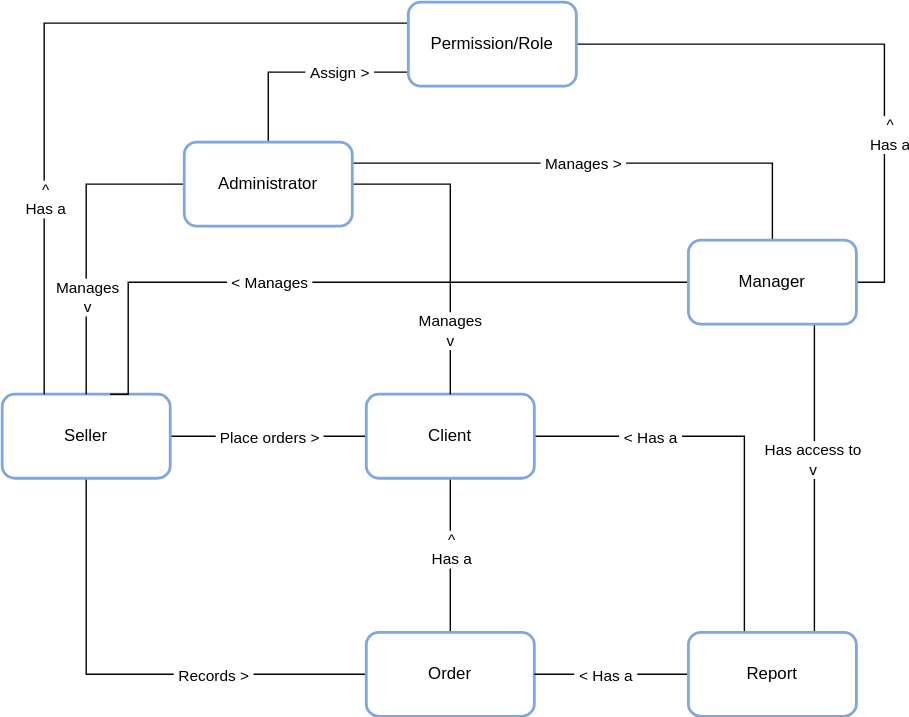
Before: docs/conceptual_map.svg, a diagram exported from draw.io (renatabrasil/ninja-fabric-sail). Source tidied: cells renumbered, new cells last; positions are measured from the earlier drawing's top-left corner, leaving out a move shared by most shapes.
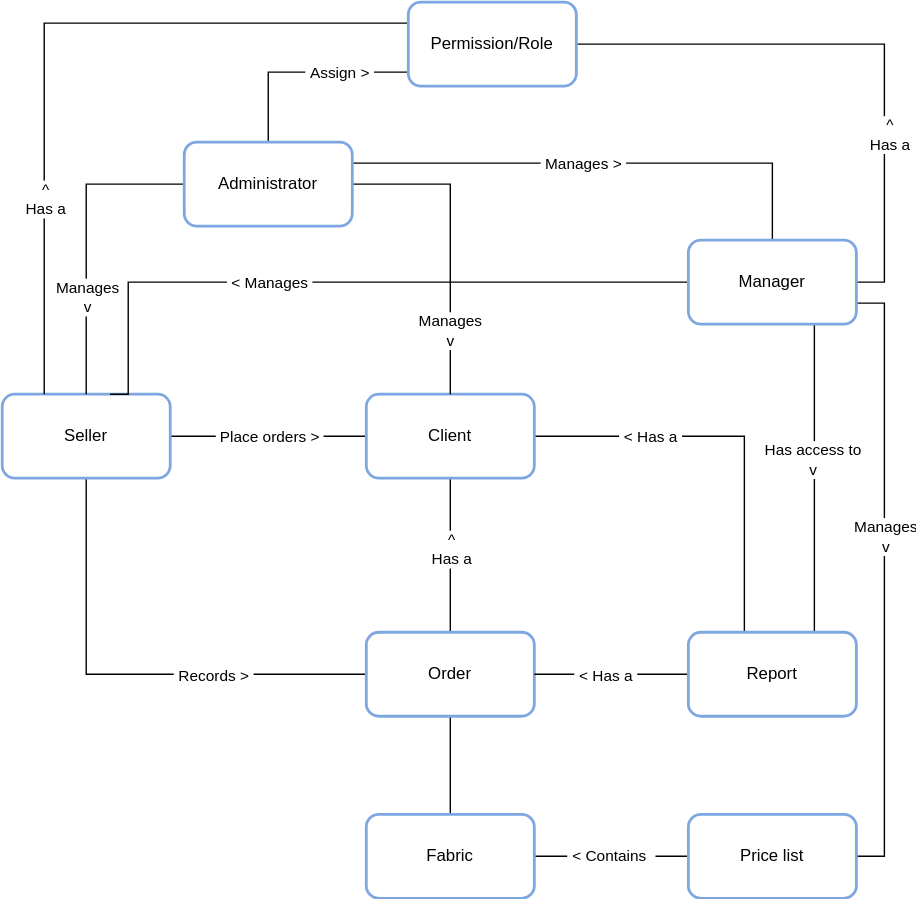
Later version of the same file.

Change to the diagram source:
```diff
@@ -86,6 +86,9 @@
     <mxCell id="20" value="Administrator" style="rounded=1;whiteSpace=wrap;html=1;strokeWidth=2;strokeColor=#7EA6E0;" parent="1" vertex="1">
       <mxGeometry x="130" y="100" width="120" height="60" as="geometry" />
     </mxCell>
+    <mxCell id="35" style="edgeStyle=orthogonalEdgeStyle;rounded=0;jettySize=auto;html=1;exitX=0.5;exitY=1;exitDx=0;exitDy=0;entryX=0.5;entryY=0;entryDx=0;entryDy=0;endArrow=none;endFill=0;" parent="1" edge="1" source="21" target="39">
+      <mxGeometry relative="1" as="geometry" />
+    </mxCell>
     <mxCell id="21" value="Order" style="rounded=1;whiteSpace=wrap;html=1;strokeWidth=2;strokeColor=#7EA6E0;" parent="1" vertex="1">
       <mxGeometry x="260" y="450" width="120" height="60" as="geometry" />
     </mxCell>
@@ -115,6 +118,12 @@
     <mxCell id="27" value="^&lt;br&gt;Has a" style="edgeLabel;html=1;align=center;verticalAlign=middle;" parent="26" vertex="1">
       <mxGeometry x="-0.39" y="-3" relative="1" as="geometry" />
     </mxCell>
+    <mxCell id="36" style="edgeStyle=orthogonalEdgeStyle;rounded=0;jettySize=auto;html=1;exitX=1;exitY=0.75;exitDx=0;exitDy=0;entryX=1;entryY=0.5;entryDx=0;entryDy=0;endArrow=none;endFill=0;" parent="1" edge="1" source="28" target="40">
+      <mxGeometry relative="1" as="geometry" />
+    </mxCell>
+    <mxCell id="37" value="Manages&lt;br&gt;v" style="edgeLabel;html=1;align=center;verticalAlign=middle;" parent="36" vertex="1">
+      <mxGeometry x="-0.15" relative="1" as="geometry" />
+    </mxCell>
     <mxCell id="28" value="Manager" style="rounded=1;whiteSpace=wrap;html=1;strokeWidth=2;strokeColor=#7EA6E0;" parent="1" vertex="1">
       <mxGeometry x="490" y="170" width="120" height="60" as="geometry" />
     </mxCell>
@@ -140,5 +149,14 @@
     <mxCell id="34" value="Report" style="rounded=1;whiteSpace=wrap;html=1;strokeWidth=2;strokeColor=#7EA6E0;" parent="1" vertex="1">
       <mxGeometry x="490" y="450" width="120" height="60" as="geometry" />
     </mxCell>
+    <mxCell id="38" value="&amp;nbsp;&amp;lt; Contains&amp;nbsp;&amp;nbsp;" style="edgeStyle=orthogonalEdgeStyle;rounded=0;jettySize=auto;html=1;exitX=1;exitY=0.5;exitDx=0;exitDy=0;endArrow=none;endFill=0;" parent="1" edge="1" source="39" target="40">
+      <mxGeometry relative="1" as="geometry" />
+    </mxCell>
+    <mxCell id="39" value="Fabric" style="rounded=1;whiteSpace=wrap;html=1;strokeWidth=2;strokeColor=#7EA6E0;" parent="1" vertex="1">
+      <mxGeometry x="260" y="580" width="120" height="60" as="geometry" />
+    </mxCell>
+    <mxCell id="40" value="Price list" style="rounded=1;whiteSpace=wrap;html=1;strokeWidth=2;strokeColor=#7EA6E0;" parent="1" vertex="1">
+      <mxGeometry x="490" y="580" width="120" height="60" as="geometry" />
+    </mxCell>
   </root>
 </mxGraphModel>
```
